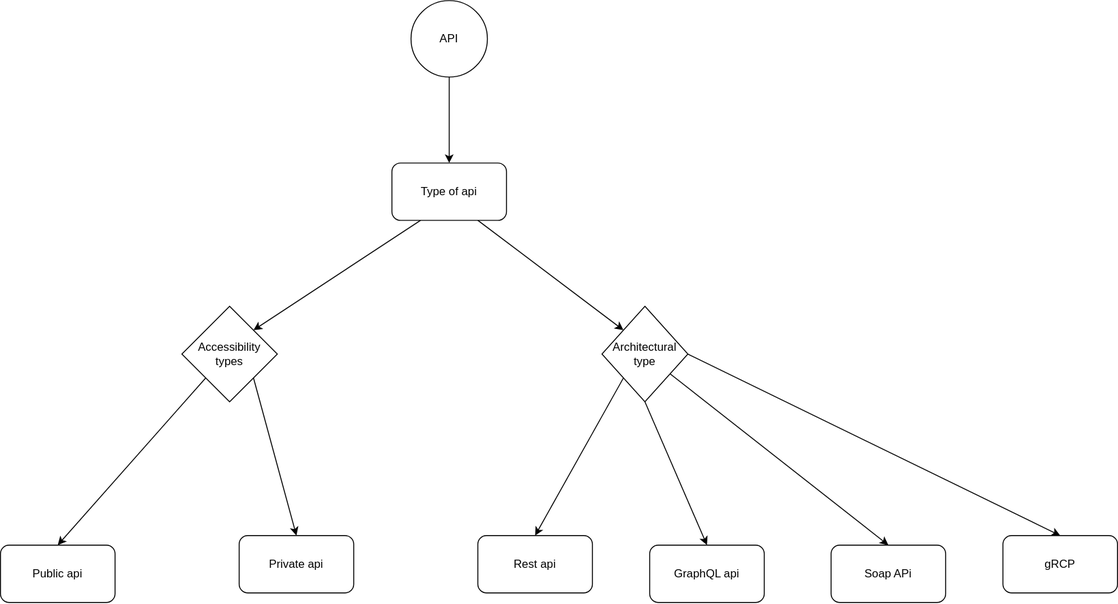
Earlier version of the draw.io export api/api.svg (knkrn5/Programming-Concepts). Source tidied: cells renumbered, new cells last; positions are measured from the earlier drawing's top-left corner, leaving out a move shared by most shapes.
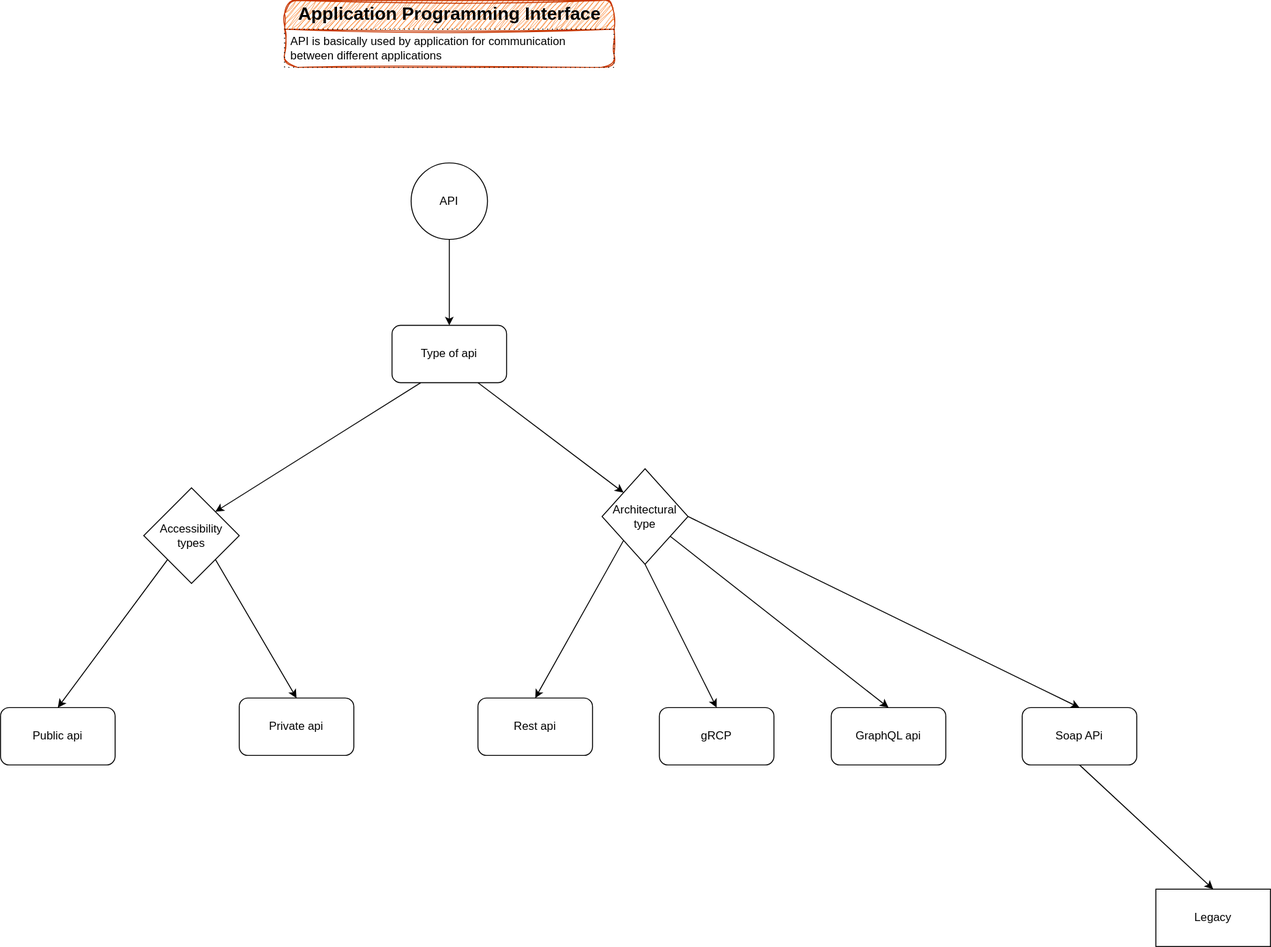
After the commit.

What changed in the source:
```diff
@@ -11,10 +11,10 @@
     <mxCell id="4" style="edgeStyle=none;html=1;entryX=0.5;entryY=0;entryDx=0;entryDy=0;exitX=0;exitY=1;exitDx=0;exitDy=0;" parent="1" edge="1" source="14" target="10">
       <mxGeometry relative="1" as="geometry" />
     </mxCell>
-    <mxCell id="5" style="edgeStyle=none;html=1;entryX=0.5;entryY=0;entryDx=0;entryDy=0;exitX=0.5;exitY=1;exitDx=0;exitDy=0;" parent="1" edge="1" source="14" target="11">
+    <mxCell id="5" style="edgeStyle=none;html=1;entryX=0.5;entryY=0;entryDx=0;entryDy=0;exitX=0.5;exitY=1;exitDx=0;exitDy=0;" parent="1" edge="1" source="14" target="20">
       <mxGeometry relative="1" as="geometry" />
     </mxCell>
-    <mxCell id="6" style="edgeStyle=none;html=1;entryX=0.5;entryY=0;entryDx=0;entryDy=0;" parent="1" edge="1" source="14" target="12">
+    <mxCell id="6" style="edgeStyle=none;html=1;entryX=0.5;entryY=0;entryDx=0;entryDy=0;" parent="1" edge="1" source="14" target="11">
       <mxGeometry relative="1" as="geometry" />
     </mxCell>
     <mxCell id="7" style="edgeStyle=none;html=1;exitX=0.75;exitY=1;exitDx=0;exitDy=0;entryX=0;entryY=0;entryDx=0;entryDy=0;" parent="1" edge="1" source="9" target="14">
@@ -30,12 +30,15 @@
       <mxGeometry x="500" y="560" width="120" height="60" as="geometry" />
     </mxCell>
     <mxCell id="11" value="GraphQL api" style="rounded=1;whiteSpace=wrap;html=1;" parent="1" vertex="1">
-      <mxGeometry x="680" y="570" width="120" height="60" as="geometry" />
+      <mxGeometry x="870" y="570" width="120" height="60" as="geometry" />
     </mxCell>
+    <mxCell id="21" style="edgeStyle=none;html=1;exitX=0.5;exitY=1;exitDx=0;exitDy=0;entryX=0.5;entryY=0;entryDx=0;entryDy=0;" parent="1" edge="1" source="12" target="24">
+      <mxGeometry relative="1" as="geometry" />
+    </mxCell>
     <mxCell id="12" value="Soap APi" style="rounded=1;whiteSpace=wrap;html=1;" parent="1" vertex="1">
-      <mxGeometry x="870" y="570" width="120" height="60" as="geometry" />
+      <mxGeometry x="1070" y="570" width="120" height="60" as="geometry" />
     </mxCell>
-    <mxCell id="13" style="edgeStyle=none;html=1;exitX=1;exitY=0.5;exitDx=0;exitDy=0;entryX=0.5;entryY=0;entryDx=0;entryDy=0;" parent="1" edge="1" source="14" target="20">
+    <mxCell id="13" style="edgeStyle=none;html=1;exitX=1;exitY=0.5;exitDx=0;exitDy=0;entryX=0.5;entryY=0;entryDx=0;entryDy=0;" parent="1" edge="1" source="14" target="12">
       <mxGeometry relative="1" as="geometry" />
     </mxCell>
     <mxCell id="14" value="Architectural type" style="rhombus;whiteSpace=wrap;html=1;" parent="1" vertex="1">
@@ -54,10 +57,19 @@
       <mxGeometry x="250" y="560" width="120" height="60" as="geometry" />
     </mxCell>
     <mxCell id="19" value="&lt;span&gt;&lt;font style=&quot;color: light-dark(rgb(0, 0, 0), rgb(255, 255, 255));&quot;&gt;Accessibility&lt;/font&gt;&lt;/span&gt;&lt;div style=&quot;scrollbar-color: rgb(75, 75, 75) rgb(27, 29, 30); color: rgb(192, 192, 192);&quot;&gt;&lt;font style=&quot;color: light-dark(rgb(0, 0, 0), rgb(255, 255, 255));&quot;&gt;types&lt;/font&gt;&lt;/div&gt;" style="rhombus;whiteSpace=wrap;html=1;" parent="1" vertex="1">
-      <mxGeometry x="190" y="320" width="100" height="100" as="geometry" />
+      <mxGeometry x="150" y="340" width="100" height="100" as="geometry" />
     </mxCell>
     <mxCell id="20" value="gRCP" style="rounded=1;whiteSpace=wrap;html=1;" parent="1" vertex="1">
-      <mxGeometry x="1050" y="560" width="120" height="60" as="geometry" />
+      <mxGeometry x="690" y="570" width="120" height="60" as="geometry" />
     </mxCell>
+    <mxCell id="22" value="&lt;b&gt;&lt;font style=&quot;font-size: 19px;&quot;&gt;Application Programming Interface&lt;/font&gt;&lt;/b&gt;" style="swimlane;fontStyle=0;horizontal=1;startSize=30;whiteSpace=wrap;html=1;rounded=1;fillColor=#fa6800;fontColor=#000000;strokeColor=#C73500;shadow=0;sketch=1;curveFitting=1;jiggle=2;" parent="1" vertex="1">
+      <mxGeometry x="297.5" y="-170" width="345" height="70" as="geometry" />
+    </mxCell>
+    <mxCell id="23" value="API is basically used by application for communication between different applications" style="text;strokeColor=default;fillColor=none;align=left;verticalAlign=middle;spacingLeft=4;spacingRight=4;overflow=hidden;whiteSpace=wrap;html=1;dashed=1;dashPattern=1 4;" parent="22" vertex="1">
+      <mxGeometry y="30" width="345" height="40" as="geometry" />
+    </mxCell>
+    <mxCell id="24" value="Legacy" style="whiteSpace=wrap;html=1;" parent="1" vertex="1">
+      <mxGeometry x="1210" y="760" width="120" height="60" as="geometry" />
+    </mxCell>
   </root>
 </mxGraphModel>
```
